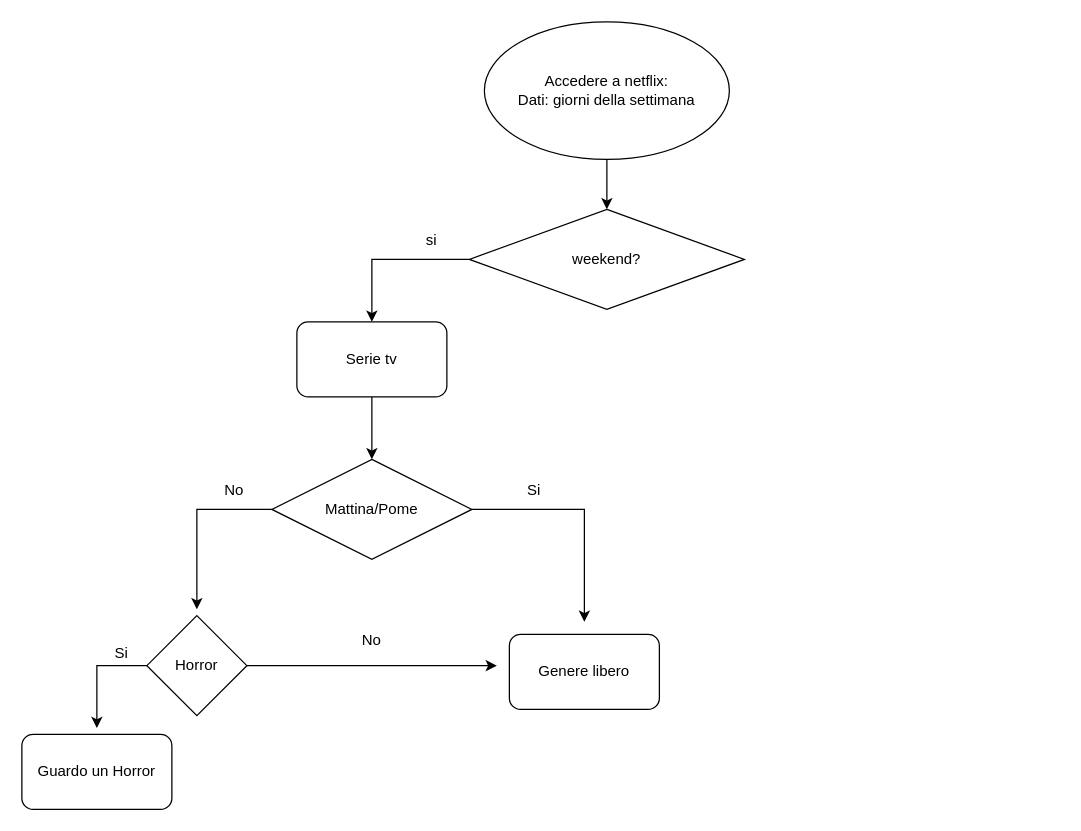
This is Diagramma Netflix.drawio from LuisJann/human-code, a draw.io file, before an edit. Source tidied: cells renumbered, new cells numbered last; positions are measured from the earlier drawing's top-left corner, leaving out a move shared by most shapes. Both pictures are drawn from the tidied source at 125%, with x=0, y=0 at pixel (21, 21).
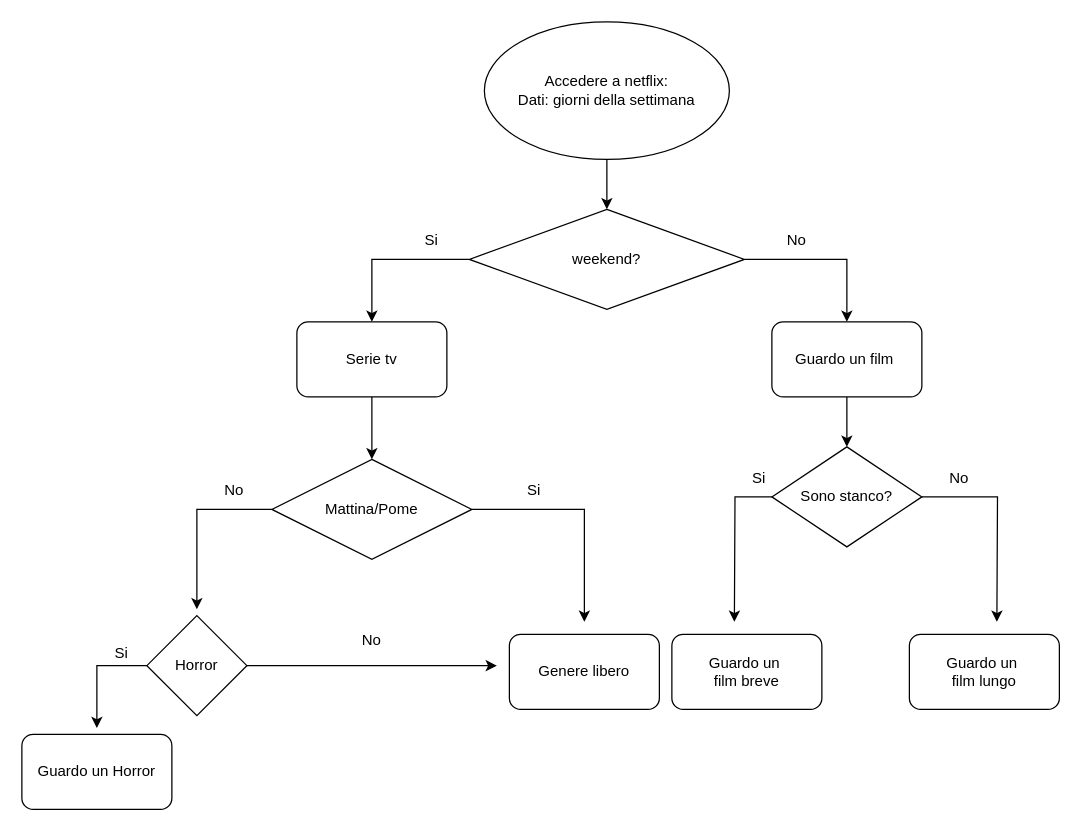
Above is the later version.

Unchanged cells that the change refers to:
```xml
<mxCell id="5" value="weekend?" style="rhombus;whiteSpace=wrap;html=1;" parent="1" vertex="1">
  <mxGeometry x="358" y="150" width="220" height="80" as="geometry" />
</mxCell>
```

Diff of the diagram source:
```diff
@@
+    <mxCell id="21" style="edgeStyle=orthogonalEdgeStyle;rounded=0;jettySize=auto;html=1;entryX=0.5;entryY=0;entryDx=0;entryDy=0;" parent="1" edge="1" source="5" target="24">
+      <mxGeometry relative="1" as="geometry">
+        <Array as="points">
+          <mxPoint x="660" y="190" />
+        </Array>
+      </mxGeometry>
+    </mxCell>
@@
-    <mxCell id="6" value="si" style="text;html=1;strokeColor=none;fillColor=none;align=center;verticalAlign=middle;whiteSpace=wrap;rounded=0;" parent="1" vertex="1">
+    <mxCell id="6" value="Si" style="text;html=1;strokeColor=none;fillColor=none;align=center;verticalAlign=middle;whiteSpace=wrap;rounded=0;" parent="1" vertex="1">
       <mxGeometry x="298" y="160" width="60" height="30" as="geometry" />
     </mxCell>
@@
+    <mxCell id="22" value="No" style="text;html=1;strokeColor=none;fillColor=none;align=center;verticalAlign=middle;whiteSpace=wrap;rounded=0;" parent="1" vertex="1">
+      <mxGeometry x="590" y="160" width="60" height="30" as="geometry" />
+    </mxCell>
+    <mxCell id="23" style="edgeStyle=orthogonalEdgeStyle;rounded=0;jettySize=auto;html=1;" parent="1" edge="1" source="24" target="27">
+      <mxGeometry relative="1" as="geometry" />
+    </mxCell>
+    <mxCell id="24" value="Guardo un film&amp;nbsp;" style="rounded=1;whiteSpace=wrap;html=1;" parent="1" vertex="1">
+      <mxGeometry x="600" y="240" width="120" height="60" as="geometry" />
+    </mxCell>
+    <mxCell id="25" style="edgeStyle=orthogonalEdgeStyle;rounded=0;jettySize=auto;html=1;" parent="1" edge="1" source="27">
+      <mxGeometry relative="1" as="geometry">
+        <mxPoint x="780" y="480" as="targetPoint" />
+      </mxGeometry>
+    </mxCell>
+    <mxCell id="26" style="edgeStyle=orthogonalEdgeStyle;rounded=0;jettySize=auto;html=1;" parent="1" edge="1" source="27">
+      <mxGeometry relative="1" as="geometry">
+        <mxPoint x="570" y="480" as="targetPoint" />
+      </mxGeometry>
+    </mxCell>
+    <mxCell id="27" value="Sono stanco?" style="rhombus;whiteSpace=wrap;html=1;" parent="1" vertex="1">
+      <mxGeometry x="600" y="340" width="120" height="80" as="geometry" />
+    </mxCell>
+    <mxCell id="28" value="No" style="text;html=1;strokeColor=none;fillColor=none;align=center;verticalAlign=middle;whiteSpace=wrap;rounded=0;" parent="1" vertex="1">
+      <mxGeometry x="720" y="350" width="60" height="30" as="geometry" />
+    </mxCell>
+    <mxCell id="29" value="Si" style="text;html=1;strokeColor=none;fillColor=none;align=center;verticalAlign=middle;whiteSpace=wrap;rounded=0;" parent="1" vertex="1">
+      <mxGeometry x="560" y="350" width="60" height="30" as="geometry" />
+    </mxCell>
+    <mxCell id="30" value="Guardo un&amp;nbsp;&lt;br&gt;film breve" style="rounded=1;whiteSpace=wrap;html=1;" parent="1" vertex="1">
+      <mxGeometry x="520" y="490" width="120" height="60" as="geometry" />
+    </mxCell>
+    <mxCell id="31" value="Guardo un&amp;nbsp;&lt;br&gt;film lungo" style="rounded=1;whiteSpace=wrap;html=1;" parent="1" vertex="1">
+      <mxGeometry x="710" y="490" width="120" height="60" as="geometry" />
+    </mxCell>
```
